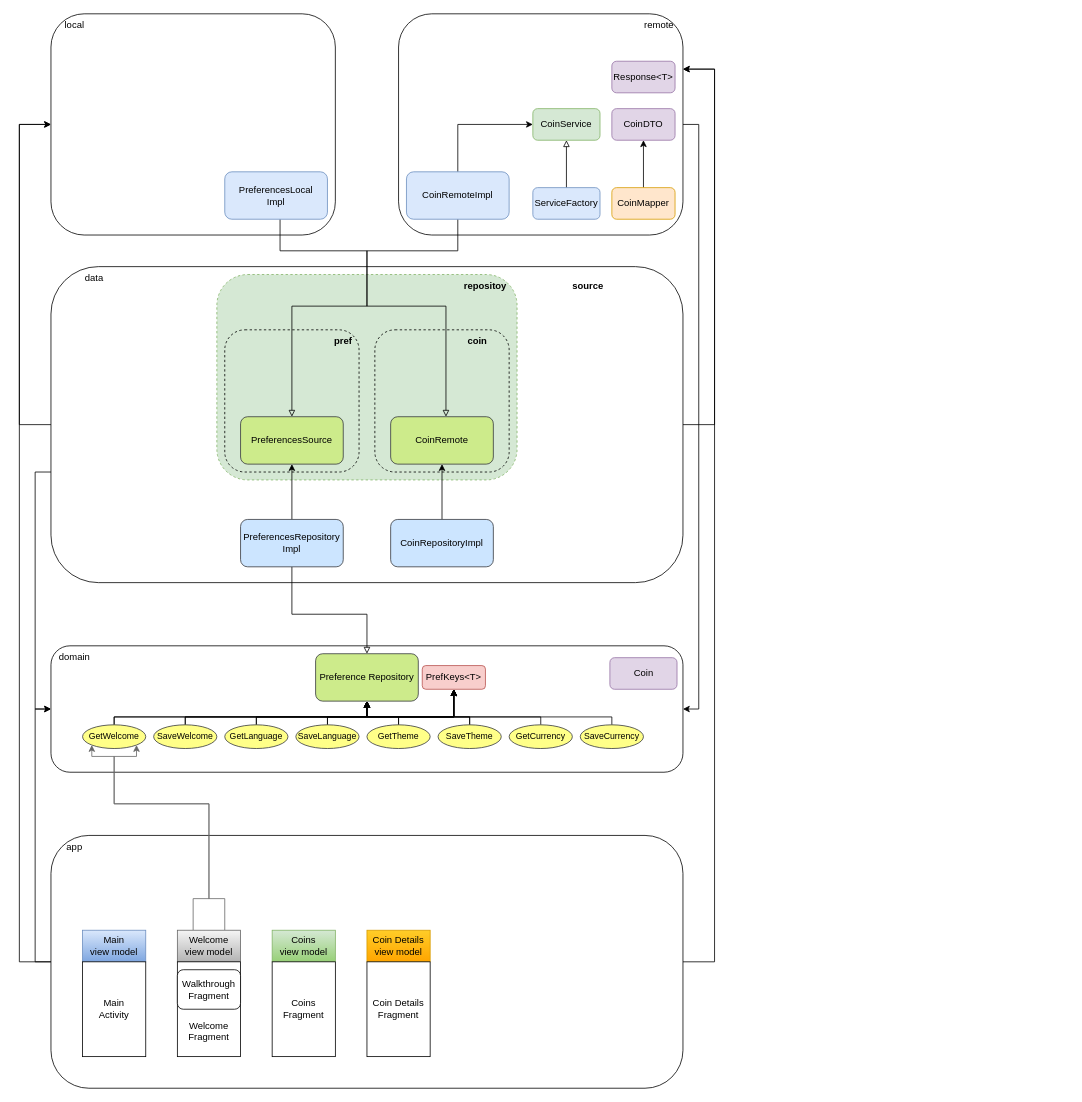
Earlier version of the draw.io diagram docs/CryptoNumismatist.drawio (hexley21/CoinFuse). Source tidied: cells renumbered, new cells numbered last; positions are measured from the earlier drawing's top-left corner, leaving out a move shared by most shapes. Both pictures are drawn from the tidied source at 79%, with x=0, y=0 at pixel (19, 13).
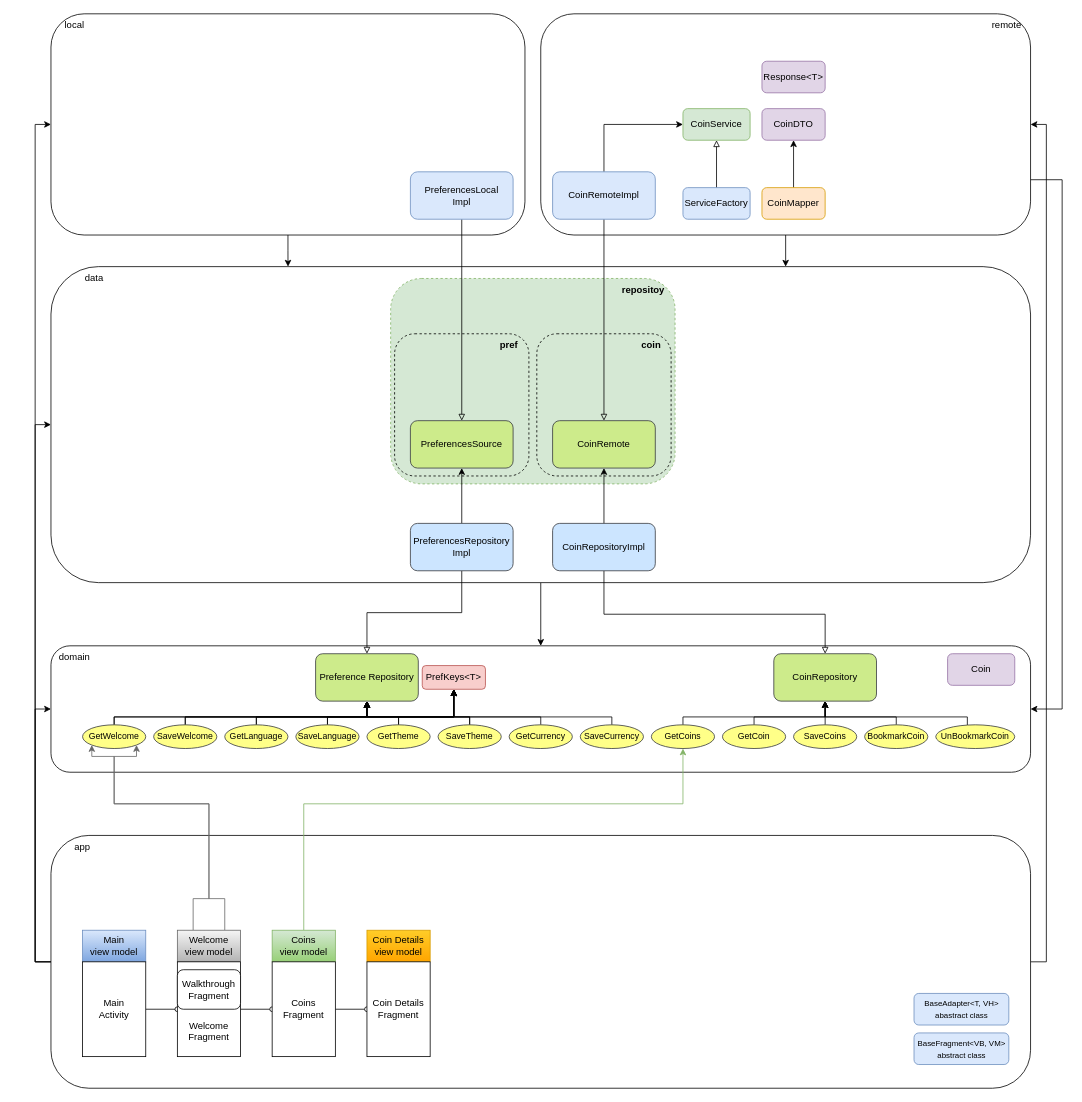
The same page after the edit.

Unchanged cells that the change refers to:
```xml
<mxCell id="12" value="Main&lt;br&gt;Activity" style="rounded=0;whiteSpace=wrap;html=1;" parent="1" vertex="1">
  <mxGeometry x="80" y="1200" width="80" height="120" as="geometry" />
</mxCell>
<mxCell id="16" value="&lt;br&gt;&lt;br&gt;&lt;br&gt;&lt;br&gt;Welcome Fragment" style="rounded=0;whiteSpace=wrap;html=1;" parent="1" vertex="1">
  <mxGeometry x="200" y="1200" width="80" height="120" as="geometry" />
</mxCell>
<mxCell id="17" value="Coins&lt;br&gt;view model" style="rounded=0;whiteSpace=wrap;html=1;fillColor=#d5e8d4;gradientColor=#97d077;strokeColor=#82b366;" parent="1" vertex="1">
  <mxGeometry x="320" y="1160" width="80" height="40" as="geometry" />
</mxCell>
<mxCell id="18" value="Coins Fragment" style="rounded=0;whiteSpace=wrap;html=1;" parent="1" vertex="1">
  <mxGeometry x="320" y="1200" width="80" height="120" as="geometry" />
</mxCell>
<mxCell id="20" value="Coin Details&lt;br&gt;Fragment" style="rounded=0;whiteSpace=wrap;html=1;" parent="1" vertex="1">
  <mxGeometry x="440" y="1200" width="80" height="120" as="geometry" />
</mxCell>
<mxCell id="21" value="&lt;font style=&quot;font-size: 12px;&quot;&gt;Preference Repository&lt;/font&gt;" style="rounded=1;whiteSpace=wrap;html=1;fillColor=#cdeb8b;strokeColor=#36393d;" parent="1" vertex="1">
  <mxGeometry x="375" y="810" width="130" height="60" as="geometry" />
</mxCell>
```

The edit, as a diff of the source:
```diff
@@
+    <mxCell id="4" style="edgeStyle=orthogonalEdgeStyle;rounded=0;jettySize=auto;html=1;entryX=1;entryY=0.5;entryDx=0;entryDy=0;" parent="1" edge="1" source="5" target="70">
+      <mxGeometry relative="1" as="geometry">
+        <Array as="points">
+          <mxPoint x="1300" y="1200" />
+          <mxPoint x="1300" y="140" />
+        </Array>
+      </mxGeometry>
+    </mxCell>
@@
+    <mxCell id="83" style="edgeStyle=orthogonalEdgeStyle;rounded=0;jettySize=auto;html=1;entryX=0;entryY=0.5;entryDx=0;entryDy=0;" parent="1" edge="1" source="5" target="9">
+      <mxGeometry relative="1" as="geometry">
+        <Array as="points">
+          <mxPoint x="20" y="1200" />
+          <mxPoint x="20" y="520" />
+        </Array>
+      </mxGeometry>
+    </mxCell>
     <mxCell id="3" style="edgeStyle=orthogonalEdgeStyle;rounded=0;jettySize=auto;html=1;entryX=0;entryY=0.5;entryDx=0;entryDy=0;" parent="1" edge="1" source="5" target="56">
       <mxGeometry relative="1" as="geometry">
         <Array as="points">
-          <mxPoint y="1200" />
-          <mxPoint y="140" />
+          <mxPoint x="20" y="1200" />
+          <mxPoint x="20" y="140" />
         </Array>
       </mxGeometry>
     </mxCell>
-    <mxCell id="4" style="edgeStyle=orthogonalEdgeStyle;rounded=0;jettySize=auto;html=1;entryX=1;entryY=0.25;entryDx=0;entryDy=0;" parent="1" edge="1" source="5" target="70">
-      <mxGeometry relative="1" as="geometry">
-        <Array as="points">
-          <mxPoint x="880" y="1200" />
-          <mxPoint x="880" y="70" />
-        </Array>
-      </mxGeometry>
-    </mxCell>
     <mxCell id="5" style="rounded=1;whiteSpace=wrap;html=1;" parent="1" vertex="1">
-      <mxGeometry x="40" y="1040" width="800" height="320" as="geometry" />
+      <mxGeometry x="40" y="1040" width="1240" height="320" as="geometry" />
     </mxCell>
-    <mxCell id="6" style="edgeStyle=orthogonalEdgeStyle;rounded=0;jettySize=auto;html=1;entryX=0;entryY=0.5;entryDx=0;entryDy=0;" parent="1" edge="1" source="9" target="10">
-      <mxGeometry relative="1" as="geometry">
-        <Array as="points">
-          <mxPoint x="20" y="580" />
-          <mxPoint x="20" y="880" />
-        </Array>
-      </mxGeometry>
+    <mxCell id="6" style="edgeStyle=orthogonalEdgeStyle;rounded=0;jettySize=auto;html=1;entryX=0.5;entryY=0;entryDx=0;entryDy=0;" parent="1" edge="1" source="9" target="10">
+      <mxGeometry relative="1" as="geometry" />
     </mxCell>
-    <mxCell id="7" style="edgeStyle=orthogonalEdgeStyle;rounded=0;jettySize=auto;html=1;entryX=0;entryY=0.5;entryDx=0;entryDy=0;" parent="1" edge="1" source="9" target="56">
-      <mxGeometry relative="1" as="geometry">
-        <Array as="points">
-          <mxPoint y="520" />
-          <mxPoint y="140" />
-        </Array>
-      </mxGeometry>
-    </mxCell>
-    <mxCell id="8" style="edgeStyle=orthogonalEdgeStyle;rounded=0;jettySize=auto;html=1;entryX=1;entryY=0.25;entryDx=0;entryDy=0;" parent="1" edge="1" source="9" target="70">
-      <mxGeometry relative="1" as="geometry">
-        <Array as="points">
-          <mxPoint x="880" y="520" />
-          <mxPoint x="880" y="70" />
-        </Array>
-      </mxGeometry>
-    </mxCell>
     <mxCell id="9" style="rounded=1;whiteSpace=wrap;html=1;" parent="1" vertex="1">
-      <mxGeometry x="40" y="320" width="800" height="400" as="geometry" />
+      <mxGeometry x="40" y="320" width="1240" height="400" as="geometry" />
     </mxCell>
     <mxCell id="10" style="rounded=1;whiteSpace=wrap;html=1;" parent="1" vertex="1">
-      <mxGeometry x="40" y="800" width="800" height="160" as="geometry" />
+      <mxGeometry x="40" y="800" width="1240" height="160" as="geometry" />
     </mxCell>
@@
+    <mxCell id="84" style="edgeStyle=orthogonalEdgeStyle;rounded=0;jettySize=auto;html=1;entryX=0;entryY=0.5;entryDx=0;entryDy=0;endArrow=oval;endFill=0;" parent="1" edge="1" source="12" target="16">
+      <mxGeometry relative="1" as="geometry" />
+    </mxCell>
@@
+    <mxCell id="85" style="edgeStyle=orthogonalEdgeStyle;rounded=0;jettySize=auto;html=1;entryX=0;entryY=0.5;entryDx=0;entryDy=0;endArrow=oval;endFill=0;" parent="1" edge="1" source="16" target="18">
+      <mxGeometry relative="1" as="geometry" />
+    </mxCell>
@@
+    <mxCell id="86" style="edgeStyle=orthogonalEdgeStyle;rounded=0;jettySize=auto;html=1;entryX=0.5;entryY=1;entryDx=0;entryDy=0;fillColor=#d5e8d4;gradientColor=#97d077;strokeColor=#82b366;" parent="1" edge="1" source="17" target="93">
+      <mxGeometry relative="1" as="geometry">
+        <Array as="points">
+          <mxPoint x="360" y="1000" />
+          <mxPoint x="840" y="1000" />
+        </Array>
+      </mxGeometry>
+    </mxCell>
@@
+    <mxCell id="87" style="edgeStyle=orthogonalEdgeStyle;rounded=0;jettySize=auto;html=1;entryX=0;entryY=0.5;entryDx=0;entryDy=0;endArrow=oval;endFill=0;" parent="1" edge="1" source="18" target="20">
+      <mxGeometry relative="1" as="geometry" />
+    </mxCell>
@@
-    <mxCell id="44" value="&lt;b&gt;source&lt;br&gt;&lt;/b&gt;" style="text;html=1;strokeColor=none;fillColor=none;align=center;verticalAlign=middle;whiteSpace=wrap;rounded=0;fontSize=12;rotation=0;" parent="1" vertex="1">
-      <mxGeometry x="690" y="330" width="60" height="30" as="geometry" />
-    </mxCell>
     <mxCell id="45" style="edgeStyle=orthogonalEdgeStyle;rounded=0;orthogonalLoop=1;jettySize=auto;html=1;fontSize=12;" parent="1" edge="1">
       <mxGeometry relative="1" as="geometry">
-        <mxPoint x="470" y="140" as="targetPoint" />
+        <mxPoint x="450" y="-20" as="targetPoint" />
       </mxGeometry>
     </mxCell>
     <mxCell id="46" style="edgeStyle=orthogonalEdgeStyle;rounded=0;orthogonalLoop=1;jettySize=auto;html=1;fontSize=12;" parent="1" edge="1">
       <mxGeometry relative="1" as="geometry">
-        <mxPoint x="330" y="70" as="targetPoint" />
+        <mxPoint x="310" y="-90" as="targetPoint" />
       </mxGeometry>
     </mxCell>
@@
     <mxCell id="49" value="app" style="text;html=1;strokeColor=none;fillColor=none;align=center;verticalAlign=middle;whiteSpace=wrap;rounded=0;fontSize=12;" parent="1" vertex="1">
-      <mxGeometry x="40" y="1040" width="60" height="30" as="geometry" />
+      <mxGeometry x="40" y="1040" width="80" height="30" as="geometry" />
     </mxCell>
@@
     <mxCell id="51" style="rounded=1;whiteSpace=wrap;html=1;fontSize=12;dashed=1;fillColor=#d5e8d4;strokeColor=#82b366;" parent="1" vertex="1">
-      <mxGeometry x="250" y="330" width="380" height="260" as="geometry" />
+      <mxGeometry x="470" y="335" width="360" height="260" as="geometry" />
     </mxCell>
     <mxCell id="52" style="rounded=1;whiteSpace=wrap;html=1;fontSize=12;dashed=1;fillColor=none;" parent="1" vertex="1">
-      <mxGeometry x="450" y="400" width="170" height="180" as="geometry" />
+      <mxGeometry x="655" y="405" width="170" height="180" as="geometry" />
     </mxCell>
     <mxCell id="53" style="rounded=1;whiteSpace=wrap;html=1;fontSize=12;dashed=1;fillColor=none;" parent="1" vertex="1">
-      <mxGeometry x="260" y="400" width="170" height="180" as="geometry" />
+      <mxGeometry x="475" y="405" width="170" height="180" as="geometry" />
     </mxCell>
     <mxCell id="54" value="&lt;b&gt;repositoy&lt;/b&gt;" style="text;html=1;strokeColor=none;fillColor=none;align=center;verticalAlign=middle;whiteSpace=wrap;rounded=0;fontSize=12;rotation=0;" parent="1" vertex="1">
-      <mxGeometry x="550" y="330" width="80" height="30" as="geometry" />
+      <mxGeometry x="750" y="335" width="80" height="30" as="geometry" />
     </mxCell>
     <mxCell id="55" value="PreferencesSource" style="rounded=1;whiteSpace=wrap;html=1;fillColor=#cdeb8b;strokeColor=#36393d;" parent="1" vertex="1">
-      <mxGeometry x="280" y="510" width="130" height="60" as="geometry" />
+      <mxGeometry x="495" y="515" width="130" height="60" as="geometry" />
     </mxCell>
+    <mxCell id="88" style="edgeStyle=orthogonalEdgeStyle;rounded=0;jettySize=auto;html=1;entryX=0.242;entryY=0;entryDx=0;entryDy=0;entryPerimeter=0;" parent="1" edge="1" source="56" target="9">
+      <mxGeometry relative="1" as="geometry" />
+    </mxCell>
     <mxCell id="56" style="rounded=1;whiteSpace=wrap;html=1;" parent="1" vertex="1">
-      <mxGeometry x="40" width="360" height="280" as="geometry" />
+      <mxGeometry x="40" width="600" height="280" as="geometry" />
     </mxCell>
@@
     <mxCell id="58" value="&lt;b&gt;pref&lt;/b&gt;" style="text;html=1;strokeColor=none;fillColor=none;align=center;verticalAlign=middle;whiteSpace=wrap;rounded=0;fontSize=12;rotation=0;" parent="1" vertex="1">
-      <mxGeometry x="380" y="400" width="60" height="30" as="geometry" />
+      <mxGeometry x="590" y="405" width="60" height="30" as="geometry" />
     </mxCell>
     <mxCell id="59" style="edgeStyle=orthogonalEdgeStyle;rounded=0;jettySize=auto;html=1;entryX=0.5;entryY=0;entryDx=0;entryDy=0;endArrow=block;endFill=0;" parent="1" edge="1" source="60" target="55">
       <mxGeometry relative="1" as="geometry">
         <Array as="points">
-          <mxPoint x="330" y="300" />
-          <mxPoint x="440" y="300" />
-          <mxPoint x="440" y="370" />
-          <mxPoint x="345" y="370" />
+          <mxPoint x="560" y="280" />
+          <mxPoint x="560" y="280" />
         </Array>
       </mxGeometry>
     </mxCell>
     <mxCell id="60" value="PreferencesLocal&lt;br&gt;Impl" style="rounded=1;whiteSpace=wrap;html=1;fillColor=#dae8fc;strokeColor=#6c8ebf;" parent="1" vertex="1">
-      <mxGeometry x="260" y="200" width="130" height="60" as="geometry" />
+      <mxGeometry x="495" y="200" width="130" height="60" as="geometry" />
     </mxCell>
+    <mxCell id="62" style="edgeStyle=orthogonalEdgeStyle;rounded=0;jettySize=auto;html=1;entryX=0.5;entryY=1;entryDx=0;entryDy=0;" parent="1" edge="1" source="63" target="55">
+      <mxGeometry relative="1" as="geometry" />
+    </mxCell>
-    <mxCell id="61" style="edgeStyle=orthogonalEdgeStyle;rounded=0;jettySize=auto;html=1;entryX=0.5;entryY=0;entryDx=0;entryDy=0;endArrow=block;endFill=0;" parent="1" edge="1" source="63" target="21">
+    <mxCell id="61" style="edgeStyle=orthogonalEdgeStyle;rounded=0;jettySize=auto;html=1;endArrow=block;endFill=0;" parent="1" edge="1" source="63" target="21">
       <mxGeometry relative="1" as="geometry">
         <Array as="points">
-          <mxPoint x="345" y="760" />
-          <mxPoint x="440" y="760" />
+          <mxPoint x="560" y="758" />
+          <mxPoint x="440" y="758" />
         </Array>
       </mxGeometry>
     </mxCell>
-    <mxCell id="62" style="edgeStyle=orthogonalEdgeStyle;rounded=0;jettySize=auto;html=1;entryX=0.5;entryY=1;entryDx=0;entryDy=0;" parent="1" edge="1" source="63" target="55">
-      <mxGeometry relative="1" as="geometry" />
-    </mxCell>
     <mxCell id="63" value="PreferencesRepository&lt;br&gt;Impl" style="rounded=1;whiteSpace=wrap;html=1;fillColor=#cce5ff;strokeColor=#36393d;" parent="1" vertex="1">
-      <mxGeometry x="280" y="640" width="130" height="60" as="geometry" />
+      <mxGeometry x="495" y="645" width="130" height="60" as="geometry" />
     </mxCell>
@@
     <mxCell id="65" value="CoinRemote" style="rounded=1;whiteSpace=wrap;html=1;fillColor=#cdeb8b;strokeColor=#36393d;" parent="1" vertex="1">
-      <mxGeometry x="470" y="510" width="130" height="60" as="geometry" />
+      <mxGeometry x="675" y="515" width="130" height="60" as="geometry" />
     </mxCell>
     <mxCell id="66" value="&lt;div&gt;&lt;b&gt;coin&lt;/b&gt;&lt;/div&gt;" style="text;html=1;strokeColor=none;fillColor=none;align=center;verticalAlign=middle;whiteSpace=wrap;rounded=0;fontSize=12;rotation=0;" parent="1" vertex="1">
-      <mxGeometry x="550" y="400" width="60" height="30" as="geometry" />
+      <mxGeometry x="770" y="405" width="60" height="30" as="geometry" />
     </mxCell>
@@
+    <mxCell id="89" style="edgeStyle=orthogonalEdgeStyle;rounded=0;jettySize=auto;html=1;endArrow=block;endFill=0;" parent="1" edge="1" source="68" target="91">
+      <mxGeometry relative="1" as="geometry">
+        <Array as="points">
+          <mxPoint x="740" y="760" />
+          <mxPoint x="1020" y="760" />
+        </Array>
+      </mxGeometry>
+    </mxCell>
     <mxCell id="68" value="CoinRepositoryImpl" style="rounded=1;whiteSpace=wrap;html=1;fillColor=#cce5ff;strokeColor=#36393d;" parent="1" vertex="1">
-      <mxGeometry x="470" y="640" width="130" height="60" as="geometry" />
+      <mxGeometry x="675" y="645" width="130" height="60" as="geometry" />
     </mxCell>
+    <mxCell id="90" style="edgeStyle=orthogonalEdgeStyle;rounded=0;jettySize=auto;html=1;entryX=0.75;entryY=0;entryDx=0;entryDy=0;" parent="1" edge="1" source="70" target="9">
+      <mxGeometry relative="1" as="geometry" />
+    </mxCell>
-    <mxCell id="69" style="edgeStyle=orthogonalEdgeStyle;rounded=0;jettySize=auto;html=1;entryX=1;entryY=0.5;entryDx=0;entryDy=0;" parent="1" edge="1" source="70" target="10">
+    <mxCell id="69" style="edgeStyle=orthogonalEdgeStyle;rounded=0;jettySize=auto;html=1;entryX=1;entryY=0.5;entryDx=0;entryDy=0;exitX=1;exitY=0.75;exitDx=0;exitDy=0;" parent="1" edge="1" source="70" target="10">
       <mxGeometry relative="1" as="geometry">
         <Array as="points">
-          <mxPoint x="860" y="140" />
-          <mxPoint x="860" y="880" />
+          <mxPoint x="1320" y="210" />
+          <mxPoint x="1320" y="880" />
         </Array>
       </mxGeometry>
     </mxCell>
     <mxCell id="70" style="rounded=1;whiteSpace=wrap;html=1;" parent="1" vertex="1">
-      <mxGeometry x="480" width="360" height="280" as="geometry" />
+      <mxGeometry x="660" width="620" height="280" as="geometry" />
     </mxCell>
     <mxCell id="71" value="remote" style="text;html=1;strokeColor=none;fillColor=none;align=center;verticalAlign=middle;whiteSpace=wrap;rounded=0;fontSize=12;" parent="1" vertex="1">
-      <mxGeometry x="780" width="60" height="30" as="geometry" />
+      <mxGeometry x="1220" width="60" height="30" as="geometry" />
     </mxCell>
+    <mxCell id="73" style="edgeStyle=orthogonalEdgeStyle;rounded=0;jettySize=auto;html=1;entryX=0;entryY=0.5;entryDx=0;entryDy=0;" parent="1" edge="1" source="74" target="80">
+      <mxGeometry relative="1" as="geometry">
+        <Array as="points">
+          <mxPoint x="740" y="140" />
+        </Array>
+      </mxGeometry>
+    </mxCell>
     <mxCell id="72" style="edgeStyle=orthogonalEdgeStyle;rounded=0;jettySize=auto;html=1;endArrow=block;endFill=0;" parent="1" edge="1" source="74" target="65">
-      <mxGeometry relative="1" as="geometry">
-        <Array as="points">
-          <mxPoint x="555" y="300" />
-          <mxPoint x="440" y="300" />
-          <mxPoint x="440" y="370" />
-          <mxPoint x="540" y="370" />
-        </Array>
-      </mxGeometry>
+      <mxGeometry relative="1" as="geometry" />
     </mxCell>
-    <mxCell id="73" style="edgeStyle=orthogonalEdgeStyle;rounded=0;jettySize=auto;html=1;entryX=0;entryY=0.5;entryDx=0;entryDy=0;" parent="1" edge="1" source="74" target="80">
-      <mxGeometry relative="1" as="geometry">
-        <Array as="points">
-          <mxPoint x="555" y="140" />
-        </Array>
-      </mxGeometry>
-    </mxCell>
     <mxCell id="74" value="CoinRemoteImpl" style="rounded=1;whiteSpace=wrap;html=1;fillColor=#dae8fc;strokeColor=#6c8ebf;" parent="1" vertex="1">
-      <mxGeometry x="490" y="200" width="130" height="60" as="geometry" />
+      <mxGeometry x="675" y="200" width="130" height="60" as="geometry" />
     </mxCell>
     <mxCell id="75" value="CoinDTO" style="rounded=1;whiteSpace=wrap;html=1;fillColor=#e1d5e7;strokeColor=#9673a6;" parent="1" vertex="1">
-      <mxGeometry x="750" y="120" width="80" height="40" as="geometry" />
+      <mxGeometry x="940" y="120" width="80" height="40" as="geometry" />
     </mxCell>
@@
     <mxCell id="77" value="CoinMapper" style="rounded=1;whiteSpace=wrap;html=1;fillColor=#ffe6cc;strokeColor=#d79b00;" parent="1" vertex="1">
-      <mxGeometry x="750" y="220" width="80" height="40" as="geometry" />
+      <mxGeometry x="940" y="220" width="80" height="40" as="geometry" />
     </mxCell>
     <mxCell id="78" value="Response&amp;lt;T&amp;gt;" style="rounded=1;whiteSpace=wrap;html=1;fillColor=#e1d5e7;strokeColor=#9673a6;" parent="1" vertex="1">
-      <mxGeometry x="750" y="60" width="80" height="40" as="geometry" />
+      <mxGeometry x="940" y="60" width="80" height="40" as="geometry" />
     </mxCell>
     <mxCell id="79" value="Coin" style="rounded=1;whiteSpace=wrap;html=1;fillColor=#e1d5e7;strokeColor=#9673a6;" parent="1" vertex="1">
-      <mxGeometry x="747.5" y="815" width="85" height="40" as="geometry" />
+      <mxGeometry x="1175" y="810" width="85" height="40" as="geometry" />
     </mxCell>
     <mxCell id="80" value="CoinService" style="rounded=1;whiteSpace=wrap;html=1;fillColor=#d5e8d4;strokeColor=#82b366;" parent="1" vertex="1">
-      <mxGeometry x="650" y="120" width="85" height="40" as="geometry" />
+      <mxGeometry x="840" y="120" width="85" height="40" as="geometry" />
     </mxCell>
@@
     <mxCell id="82" value="ServiceFactory" style="rounded=1;whiteSpace=wrap;html=1;fillColor=#dae8fc;strokeColor=#6c8ebf;" parent="1" vertex="1">
-      <mxGeometry x="650" y="220" width="85" height="40" as="geometry" />
+      <mxGeometry x="840" y="220" width="85" height="40" as="geometry" />
     </mxCell>
+    <mxCell id="91" value="&lt;font style=&quot;font-size: 12px;&quot;&gt;CoinRepository&lt;/font&gt;" style="rounded=1;whiteSpace=wrap;html=1;fillColor=#cdeb8b;strokeColor=#36393d;" parent="1" vertex="1">
+      <mxGeometry x="955" y="810" width="130" height="60" as="geometry" />
+    </mxCell>
+    <mxCell id="92" style="edgeStyle=orthogonalEdgeStyle;rounded=0;jettySize=auto;html=1;entryX=0.5;entryY=1;entryDx=0;entryDy=0;" parent="1" edge="1" source="93" target="91">
+      <mxGeometry relative="1" as="geometry">
+        <Array as="points">
+          <mxPoint x="840" y="890" />
+          <mxPoint x="1020" y="890" />
+        </Array>
+      </mxGeometry>
+    </mxCell>
+    <mxCell id="93" value="GetCoins" style="ellipse;whiteSpace=wrap;html=1;fontSize=11;fillColor=#ffff88;strokeColor=#36393d;" parent="1" vertex="1">
+      <mxGeometry x="800" y="900" width="80" height="30" as="geometry" />
+    </mxCell>
+    <mxCell id="94" style="edgeStyle=orthogonalEdgeStyle;rounded=0;jettySize=auto;html=1;" parent="1" edge="1" source="95" target="91">
+      <mxGeometry relative="1" as="geometry">
+        <Array as="points">
+          <mxPoint x="930" y="890" />
+          <mxPoint x="1020" y="890" />
+        </Array>
+      </mxGeometry>
+    </mxCell>
+    <mxCell id="95" value="GetCoin" style="ellipse;whiteSpace=wrap;html=1;fontSize=11;fillColor=#ffff88;strokeColor=#36393d;" parent="1" vertex="1">
+      <mxGeometry x="890" y="900" width="80" height="30" as="geometry" />
+    </mxCell>
+    <mxCell id="96" style="edgeStyle=orthogonalEdgeStyle;rounded=0;jettySize=auto;html=1;" parent="1" edge="1" source="97" target="91">
+      <mxGeometry relative="1" as="geometry">
+        <Array as="points">
+          <mxPoint x="1020" y="880" />
+          <mxPoint x="1020" y="880" />
+        </Array>
+      </mxGeometry>
+    </mxCell>
+    <mxCell id="97" value="SaveCoins" style="ellipse;whiteSpace=wrap;html=1;fontSize=11;fillColor=#ffff88;strokeColor=#36393d;" parent="1" vertex="1">
+      <mxGeometry x="980" y="900" width="80" height="30" as="geometry" />
+    </mxCell>
+    <mxCell id="98" style="edgeStyle=orthogonalEdgeStyle;rounded=0;jettySize=auto;html=1;entryX=0.5;entryY=1;entryDx=0;entryDy=0;" parent="1" edge="1" source="99" target="91">
+      <mxGeometry relative="1" as="geometry">
+        <Array as="points">
+          <mxPoint x="1110" y="890" />
+          <mxPoint x="1020" y="890" />
+        </Array>
+      </mxGeometry>
+    </mxCell>
+    <mxCell id="99" value="BookmarkCoin" style="ellipse;whiteSpace=wrap;html=1;fontSize=11;fillColor=#ffff88;strokeColor=#36393d;" parent="1" vertex="1">
+      <mxGeometry x="1070" y="900" width="80" height="30" as="geometry" />
+    </mxCell>
+    <mxCell id="100" style="edgeStyle=orthogonalEdgeStyle;rounded=0;jettySize=auto;html=1;entryX=0.5;entryY=1;entryDx=0;entryDy=0;" parent="1" edge="1" source="101" target="91">
+      <mxGeometry relative="1" as="geometry">
+        <Array as="points">
+          <mxPoint x="1200" y="890" />
+          <mxPoint x="1020" y="890" />
+        </Array>
+      </mxGeometry>
+    </mxCell>
+    <mxCell id="101" value="UnBookmarkCoin" style="ellipse;whiteSpace=wrap;html=1;fontSize=11;fillColor=#ffff88;strokeColor=#36393d;" parent="1" vertex="1">
+      <mxGeometry x="1160" y="900" width="100" height="30" as="geometry" />
+    </mxCell>
+    <mxCell id="102" value="&lt;font style=&quot;font-size: 10px;&quot;&gt;BaseAdapter&amp;lt;T, VH&amp;gt;&lt;br&gt;abastract class&lt;/font&gt;" style="rounded=1;whiteSpace=wrap;html=1;fillColor=#dae8fc;strokeColor=#6c8ebf;" parent="1" vertex="1">
+      <mxGeometry x="1132.5" y="1240" width="120" height="40" as="geometry" />
+    </mxCell>
+    <mxCell id="103" value="&lt;font style=&quot;font-size: 10px;&quot;&gt;BaseFragment&amp;lt;VB, VM&amp;gt;&lt;br&gt;abstract class&lt;/font&gt;" style="rounded=1;whiteSpace=wrap;html=1;fillColor=#dae8fc;strokeColor=#6c8ebf;" parent="1" vertex="1">
+      <mxGeometry x="1132.5" y="1290" width="120" height="40" as="geometry" />
+    </mxCell>
```
